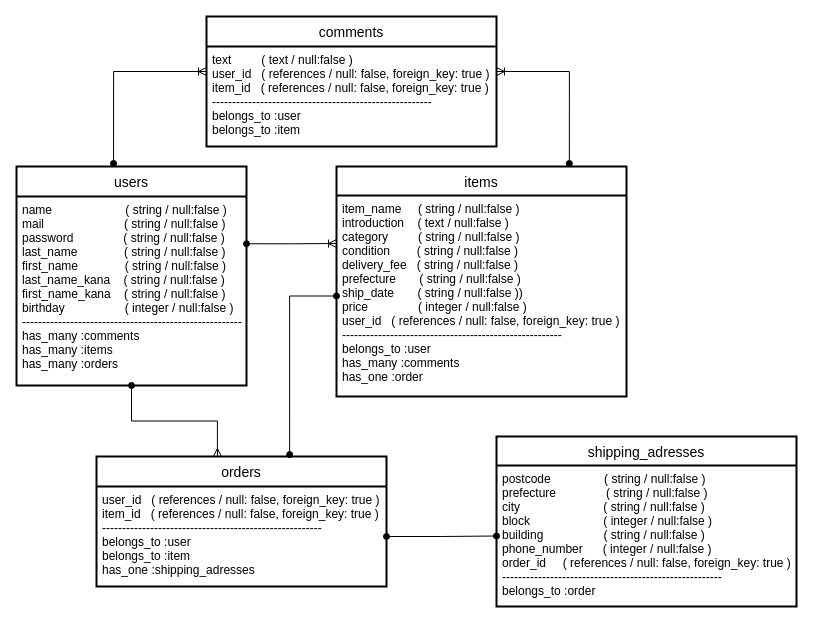
Above: furima.dio in ynghr1226/furima-32454 (draw.io), before the change. Source tidied: cells renumbered, new cells numbered last; positions are measured from the earlier drawing's top-left corner, leaving out a move shared by most shapes. Both pictures are drawn from the tidied source at 100%, with x=0, y=0 at pixel (16, 16).
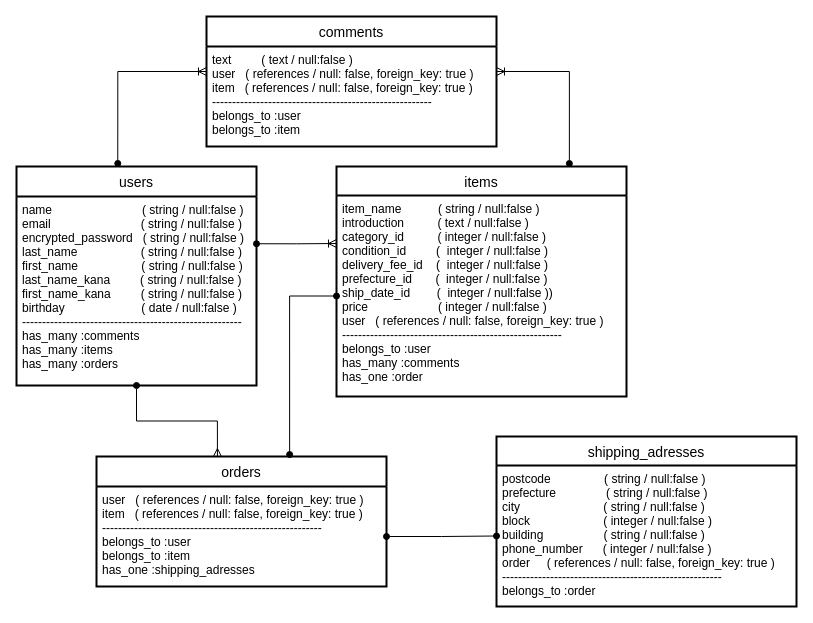
The same page after the edit.

Commit message (it also covers changes not shown here):
データベース設計：レビュー修正_1

Change to the diagram source:
```diff
@@
 <mxGraphModel>
   <root>
     <mxCell id="0" />
     <mxCell id="1" parent="0" />
     <mxCell id="2" value="users" style="swimlane;horizontal=1;startSize=30;rounded=0;fontSize=14;fontStyle=0;strokeWidth=2;shadow=0;dashed=0;align=center;" parent="1" vertex="1">
-      <mxGeometry y="150" width="230" height="219" as="geometry" />
+      <mxGeometry y="150" width="240" height="219" as="geometry" />
     </mxCell>
-    <mxCell id="3" value="name                      ( string / null:false )&#10;mail                        ( string / null:false )&#10;password               ( string / null:false )&#10;last_name              ( string / null:false )&#10;first_name              ( string / null:false )&#10;last_name_kana    ( string / null:false )&#10;first_name_kana    ( string / null:false )&#10;birthday                  ( integer / null:false )&#10;-------------------------------------------------------&#10;has_many :comments&#10;has_many :items&#10;has_many :orders " style="align=left;strokeColor=none;fillColor=none;spacingLeft=4;fontSize=12;verticalAlign=top;" parent="2" vertex="1">
-      <mxGeometry y="30" width="230" height="189" as="geometry" />
+    <mxCell id="3" value="name                           ( string / null:false )&#10;email                           ( string / null:false )&#10;encrypted_password   ( string / null:false )&#10;last_name                   ( string / null:false )&#10;first_name                   ( string / null:false )&#10;last_name_kana         ( string / null:false )&#10;first_name_kana         ( string / null:false )&#10;birthday                       ( date / null:false )&#10;-------------------------------------------------------&#10;has_many :comments&#10;has_many :items&#10;has_many :orders " style="align=left;strokeColor=none;fillColor=none;spacingLeft=4;fontSize=12;verticalAlign=top;" parent="2" vertex="1">
+      <mxGeometry y="30" width="240" height="189" as="geometry" />
     </mxCell>
     <mxCell id="4" value="items" style="swimlane;horizontal=1;startSize=29;rounded=0;fontSize=14;fontStyle=0;strokeWidth=2;shadow=0;align=center;" parent="1" vertex="1">
       <mxGeometry x="320" y="150" width="290" height="230" as="geometry" />
     </mxCell>
-    <mxCell id="5" value="item_name     ( string / null:false )&#10;introduction    ( text / null:false )&#10;category         ( string / null:false )&#10;condition        ( string / null:false )&#10;delivery_fee   ( string / null:false )&#10;prefecture       ( string / null:false )&#10;ship_date       ( string / null:false ))&#10;price               ( integer / null:false )&#10;user_id   ( references / null: false, foreign_key: true )&#10;-------------------------------------------------------&#10;belongs_to :user&#10;has_many :comments&#10;has_one :order" style="align=left;strokeColor=none;fillColor=none;spacingLeft=4;fontSize=12;verticalAlign=top;dashed=1;" parent="4" vertex="1">
+    <mxCell id="5" value="item_name           ( string / null:false )&#10;introduction          ( text / null:false )&#10;category_id          ( integer / null:false )&#10;condition_id         (  integer / null:false )&#10;delivery_fee_id    (  integer / null:false )&#10;prefecture_id       (  integer / null:false )&#10;ship_date_id        (  integer / null:false ))&#10;price                     ( integer / null:false )&#10;user   ( references / null: false, foreign_key: true )&#10;-------------------------------------------------------&#10;belongs_to :user&#10;has_many :comments&#10;has_one :order" style="align=left;strokeColor=none;fillColor=none;spacingLeft=4;fontSize=12;verticalAlign=top;dashed=1;" parent="4" vertex="1">
       <mxGeometry y="29" width="290" height="201" as="geometry" />
     </mxCell>
     <mxCell id="6" value="shipping_adresses" style="swimlane;horizontal=1;startSize=29;rounded=0;fontSize=14;fontStyle=0;strokeWidth=2;shadow=0;align=center;" parent="1" vertex="1">
       <mxGeometry x="480" y="420" width="300" height="170" as="geometry" />
     </mxCell>
-    <mxCell id="7" value="postcode                ( string / null:false )&#10;prefecture               ( string / null:false )&#10;city                         ( string / null:false )&#10;block                      ( integer / null:false )&#10;building                  ( string / null:false )&#10;phone_number      ( integer / null:false )&#10;order_id     ( references / null: false, foreign_key: true )&#10;-------------------------------------------------------&#10;belongs_to :order&#10;" style="align=left;strokeColor=none;fillColor=none;spacingLeft=4;fontSize=12;verticalAlign=top;dashed=1;" parent="6" vertex="1">
+    <mxCell id="7" value="postcode                ( string / null:false )&#10;prefecture               ( string / null:false )&#10;city                         ( string / null:false )&#10;block                      ( integer / null:false )&#10;building                  ( string / null:false )&#10;phone_number      ( integer / null:false )&#10;order     ( references / null: false, foreign_key: true )&#10;-------------------------------------------------------&#10;belongs_to :order&#10;" style="align=left;strokeColor=none;fillColor=none;spacingLeft=4;fontSize=12;verticalAlign=top;dashed=1;" parent="6" vertex="1">
       <mxGeometry y="29" width="300" height="141" as="geometry" />
     </mxCell>
     <mxCell id="8" value="orders" style="swimlane;horizontal=1;startSize=30;rounded=0;fontSize=14;fontStyle=0;strokeWidth=2;shadow=0;dashed=0;align=center;" parent="1" vertex="1">
       <mxGeometry x="80" y="440" width="290" height="130" as="geometry" />
     </mxCell>
-    <mxCell id="9" value="user_id   ( references / null: false, foreign_key: true )&#10;item_id   ( references / null: false, foreign_key: true )&#10;-------------------------------------------------------&#10;belongs_to :user&#10;belongs_to :item&#10;has_one :shipping_adresses" style="align=left;strokeColor=none;fillColor=none;spacingLeft=4;fontSize=12;verticalAlign=top;" parent="8" vertex="1">
+    <mxCell id="9" value="user   ( references / null: false, foreign_key: true )&#10;item   ( references / null: false, foreign_key: true )&#10;-------------------------------------------------------&#10;belongs_to :user&#10;belongs_to :item&#10;has_one :shipping_adresses" style="align=left;strokeColor=none;fillColor=none;spacingLeft=4;fontSize=12;verticalAlign=top;" parent="8" vertex="1">
       <mxGeometry y="30" width="290" height="100" as="geometry" />
     </mxCell>
     <mxCell id="10" value="comments" style="swimlane;horizontal=1;startSize=30;rounded=0;fontSize=14;fontStyle=0;strokeWidth=2;shadow=0;dashed=0;align=center;" parent="1" vertex="1">
       <mxGeometry x="190" width="290" height="130" as="geometry" />
     </mxCell>
-    <mxCell id="11" value="text         ( text / null:false )&#10;user_id   ( references / null: false, foreign_key: true )&#10;item_id   ( references / null: false, foreign_key: true )&#10;-------------------------------------------------------&#10;belongs_to :user&#10;belongs_to :item" style="align=left;strokeColor=none;fillColor=none;spacingLeft=4;fontSize=12;verticalAlign=top;" parent="10" vertex="1">
+    <mxCell id="11" value="text         ( text / null:false )&#10;user   ( references / null: false, foreign_key: true )&#10;item   ( references / null: false, foreign_key: true )&#10;-------------------------------------------------------&#10;belongs_to :user&#10;belongs_to :item" style="align=left;strokeColor=none;fillColor=none;spacingLeft=4;fontSize=12;verticalAlign=top;" parent="10" vertex="1">
       <mxGeometry y="30" width="290" height="100" as="geometry" />
     </mxCell>
     <mxCell id="12" style="edgeStyle=orthogonalEdgeStyle;rounded=0;jettySize=auto;html=1;exitX=0.5;exitY=1;exitDx=0;exitDy=0;startArrow=oval;startFill=1;endArrow=ERmany;endFill=0;entryX=0.417;entryY=0;entryDx=0;entryDy=0;entryPerimeter=0;" parent="1" edge="1" source="3" target="8">
       <mxGeometry relative="1" as="geometry" />
     </mxCell>
     <mxCell id="13" style="edgeStyle=orthogonalEdgeStyle;rounded=0;jettySize=auto;html=1;exitX=0;exitY=0.5;exitDx=0;exitDy=0;entryX=0.666;entryY=-0.015;entryDx=0;entryDy=0;entryPerimeter=0;startArrow=oval;startFill=1;endArrow=oval;endFill=1;" parent="1" edge="1" source="5" target="8">
       <mxGeometry relative="1" as="geometry" />
     </mxCell>
     <mxCell id="14" style="edgeStyle=orthogonalEdgeStyle;rounded=0;jettySize=auto;html=1;exitX=1;exitY=0.25;exitDx=0;exitDy=0;startArrow=oval;startFill=1;endArrow=ERoneToMany;endFill=0;" parent="1" edge="1" source="3">
       <mxGeometry relative="1" as="geometry">
         <mxPoint x="320" y="227" as="targetPoint" />
       </mxGeometry>
     </mxCell>
     <mxCell id="15" style="edgeStyle=orthogonalEdgeStyle;rounded=0;jettySize=auto;html=1;exitX=1;exitY=0.5;exitDx=0;exitDy=0;startArrow=oval;startFill=1;endArrow=oval;endFill=1;" parent="1" edge="1" source="9" target="7">
       <mxGeometry relative="1" as="geometry" />
     </mxCell>
     <mxCell id="16" style="edgeStyle=orthogonalEdgeStyle;rounded=0;jettySize=auto;html=1;exitX=1;exitY=0.25;exitDx=0;exitDy=0;entryX=0.803;entryY=-0.013;entryDx=0;entryDy=0;entryPerimeter=0;startArrow=ERoneToMany;startFill=0;endArrow=oval;endFill=1;" parent="1" edge="1" source="11" target="4">
       <mxGeometry relative="1" as="geometry" />
     </mxCell>
     <mxCell id="17" style="edgeStyle=orthogonalEdgeStyle;rounded=0;jettySize=auto;html=1;exitX=0;exitY=0.25;exitDx=0;exitDy=0;entryX=0.422;entryY=-0.014;entryDx=0;entryDy=0;entryPerimeter=0;startArrow=ERoneToMany;startFill=0;endArrow=oval;endFill=1;" parent="1" edge="1" source="11" target="2">
       <mxGeometry relative="1" as="geometry" />
     </mxCell>
   </root>
 </mxGraphModel>
```
